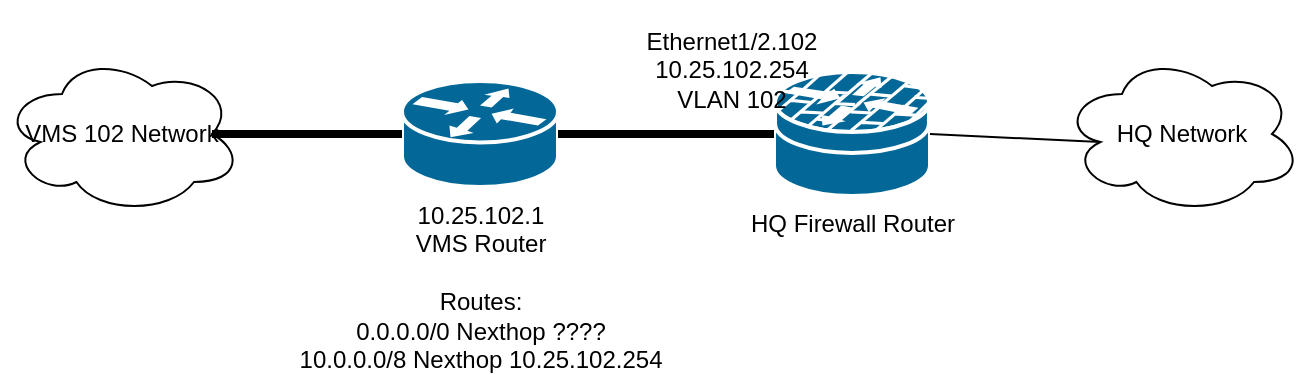
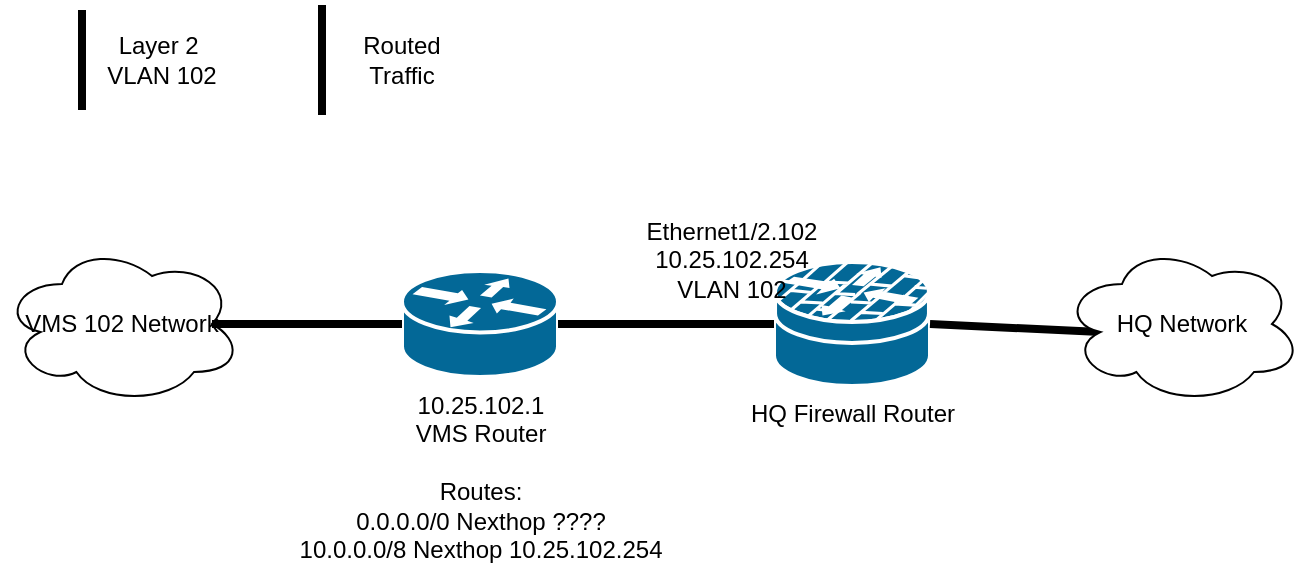
<mxfile host="app.diagrams.net">
  <diagram name="Page-1" id="4S8Gl4sf2LsPPyjwvW3X">
    <mxGraphModel dx="1400" dy="729" grid="1" gridSize="10" guides="1" tooltips="1" connect="1" arrows="1" fold="1" page="1" pageScale="1" pageWidth="850" pageHeight="1100" math="0" shadow="0">
      <root>
        <mxCell id="0" />
        <mxCell id="1" parent="0" />
        <mxCell id="08-S4UHzcj1Pybimo4jH-1" parent="1" style="strokeColor=#ffffff;sketch=0;html=1;pointerEvents=1;dashed=0;fillColor=#036897;strokeWidth=2;verticalLabelPosition=bottom;verticalAlign=top;align=center;outlineConnect=0;shape=mxgraph.cisco.routers.router;" value="10.25.102.1&lt;div&gt;VMS Router&lt;/div&gt;&lt;div&gt;&lt;br&gt;&lt;/div&gt;&lt;div&gt;Routes:&lt;/div&gt;&lt;div&gt;0.0.0.0/0 Nexthop ????&lt;/div&gt;&lt;div&gt;10.0.0.0/8 Nexthop 10.25.102.254&lt;/div&gt;" vertex="1">
          <mxGeometry height="53" width="78" x="200" y="280.5" as="geometry" />
        </mxCell>
        <mxCell id="08-S4UHzcj1Pybimo4jH-2" parent="1" style="shape=mxgraph.cisco.security.router_firewall;sketch=0;html=1;pointerEvents=1;dashed=0;fillColor=#036897;strokeColor=#ffffff;strokeWidth=2;verticalLabelPosition=bottom;verticalAlign=top;align=center;outlineConnect=0;" value="&lt;div&gt;HQ Firewall Router&lt;/div&gt;" vertex="1">
          <mxGeometry height="62" width="78" x="386" y="276" as="geometry" />
        </mxCell>
        <mxCell id="08-S4UHzcj1Pybimo4jH-4" edge="1" parent="1" source="08-S4UHzcj1Pybimo4jH-1" style="endArrow=none;html=1;rounded=0;entryX=0;entryY=0.5;entryDx=0;entryDy=0;entryPerimeter=0;exitX=1;exitY=0.5;exitDx=0;exitDy=0;exitPerimeter=0;strokeColor=light-dark(#000000,#9999FF);strokeWidth=4;align=center;verticalAlign=middle;fontFamily=Helvetica;fontSize=11;fontColor=default;labelBackgroundColor=default;" target="08-S4UHzcj1Pybimo4jH-2" value="">
          <mxGeometry height="50" relative="1" width="50" as="geometry">
            <mxPoint x="330" y="307" as="sourcePoint" />
            <mxPoint x="290" y="290.5" as="targetPoint" />
          </mxGeometry>
        </mxCell>
        <mxCell id="08-S4UHzcj1Pybimo4jH-6" parent="1" style="text;html=1;whiteSpace=wrap;strokeColor=none;fillColor=none;align=center;verticalAlign=middle;rounded=0;" value="&lt;div&gt;Ethernet1/2.102&lt;/div&gt;10.25.102.254&lt;div&gt;VLAN 102&lt;/div&gt;" vertex="1">
          <mxGeometry height="70" width="120" x="305" y="240" as="geometry" />
        </mxCell>
        <mxCell id="08-S4UHzcj1Pybimo4jH-7" parent="1" style="ellipse;shape=cloud;whiteSpace=wrap;html=1;" value="VMS 102 Network" vertex="1">
          <mxGeometry height="80" width="120" y="267" as="geometry" />
        </mxCell>
        <mxCell id="08-S4UHzcj1Pybimo4jH-8" edge="1" parent="1" source="08-S4UHzcj1Pybimo4jH-7" style="endArrow=none;html=1;rounded=0;entryX=0;entryY=0.5;entryDx=0;entryDy=0;entryPerimeter=0;exitX=0.875;exitY=0.5;exitDx=0;exitDy=0;exitPerimeter=0;strokeWidth=4;strokeColor=light-dark(#000000,#9999FF);" target="08-S4UHzcj1Pybimo4jH-1" value="">
          <mxGeometry height="50" relative="1" width="50" as="geometry">
            <mxPoint x="290" y="458.5" as="sourcePoint" />
            <mxPoint x="290" y="290.5" as="targetPoint" />
          </mxGeometry>
        </mxCell>
-         <mxCell id="08-S4UHzcj1Pybimo4jH-9" edge="1" parent="1" source="08-S4UHzcj1Pybimo4jH-10" style="endArrow=none;html=1;rounded=0;entryX=1;entryY=0.5;entryDx=0;entryDy=0;entryPerimeter=0;exitX=0.16;exitY=0.55;exitDx=0;exitDy=0;exitPerimeter=0;" target="08-S4UHzcj1Pybimo4jH-2" value="">
+         <mxCell id="08-S4UHzcj1Pybimo4jH-9" edge="1" parent="1" source="08-S4UHzcj1Pybimo4jH-10" style="endArrow=none;html=1;rounded=0;entryX=1;entryY=0.5;entryDx=0;entryDy=0;entryPerimeter=0;exitX=0.16;exitY=0.55;exitDx=0;exitDy=0;exitPerimeter=0;strokeWidth=4;strokeColor=light-dark(#000000,#66FFB3);" target="08-S4UHzcj1Pybimo4jH-2" value="">
          <mxGeometry height="50" relative="1" width="50" as="geometry">
            <mxPoint x="600" y="300" as="sourcePoint" />
            <mxPoint x="430" y="290.5" as="targetPoint" />
          </mxGeometry>
        </mxCell>
        <mxCell id="08-S4UHzcj1Pybimo4jH-10" parent="1" style="ellipse;shape=cloud;whiteSpace=wrap;html=1;" value="HQ Network" vertex="1">
          <mxGeometry height="80" width="120" x="530" y="267" as="geometry" />
        </mxCell>
+         <mxCell id="08-S4UHzcj1Pybimo4jH-11" edge="1" parent="1" style="endArrow=none;html=1;rounded=0;exitX=0.875;exitY=0.5;exitDx=0;exitDy=0;exitPerimeter=0;strokeWidth=4;strokeColor=light-dark(#000000,#9999FF);" value="">
+           <mxGeometry height="50" relative="1" width="50" as="geometry">
+             <mxPoint x="40" y="200" as="sourcePoint" />
+             <mxPoint x="40" y="150" as="targetPoint" />
+           </mxGeometry>
+         </mxCell>
+         <mxCell id="08-S4UHzcj1Pybimo4jH-12" parent="1" style="text;html=1;whiteSpace=wrap;strokeColor=none;fillColor=none;align=center;verticalAlign=middle;rounded=0;" value="Layer 2&amp;nbsp;&lt;div&gt;VLAN 102&lt;/div&gt;" vertex="1">
+           <mxGeometry height="30" width="60" x="50" y="160" as="geometry" />
+         </mxCell>
+         <mxCell id="08-S4UHzcj1Pybimo4jH-13" edge="1" parent="1" style="endArrow=none;html=1;rounded=0;strokeWidth=4;strokeColor=light-dark(#000000,#66FFB3);" value="">
+           <mxGeometry height="50" relative="1" width="50" as="geometry">
+             <mxPoint x="160" y="147.5" as="sourcePoint" />
+             <mxPoint x="160" y="202.5" as="targetPoint" />
+           </mxGeometry>
+         </mxCell>
+         <mxCell id="08-S4UHzcj1Pybimo4jH-14" parent="1" style="text;html=1;whiteSpace=wrap;strokeColor=none;fillColor=none;align=center;verticalAlign=middle;rounded=0;" value="Routed Traffic" vertex="1">
+           <mxGeometry height="30" width="60" x="170" y="160" as="geometry" />
+         </mxCell>
      </root>
    </mxGraphModel>
  </diagram>
</mxfile>
